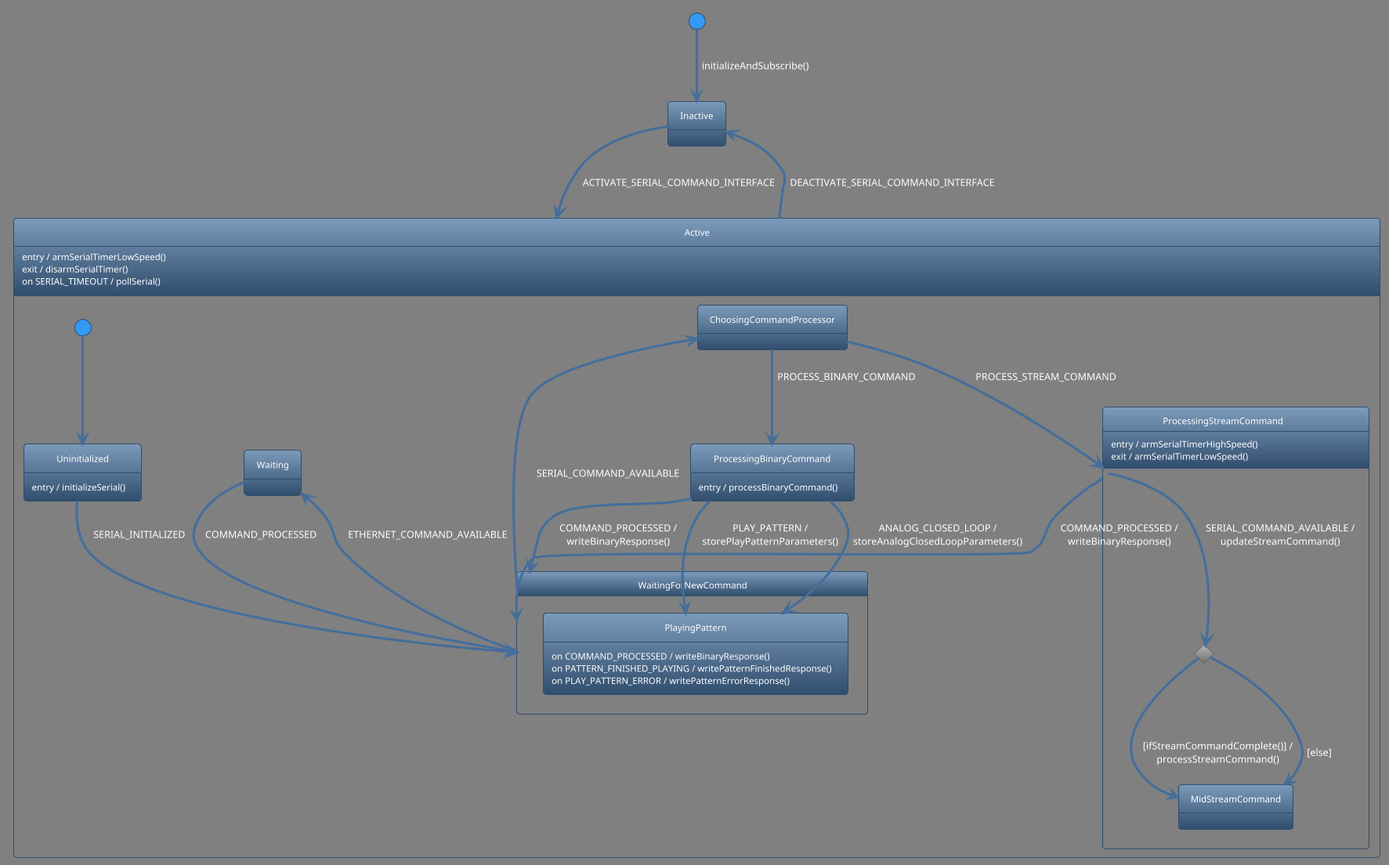
This is documentation/images/state-diagram-serial-command-interface.png from janelia-arduino/ArenaController, a PlantUML export, as it was before one commit.
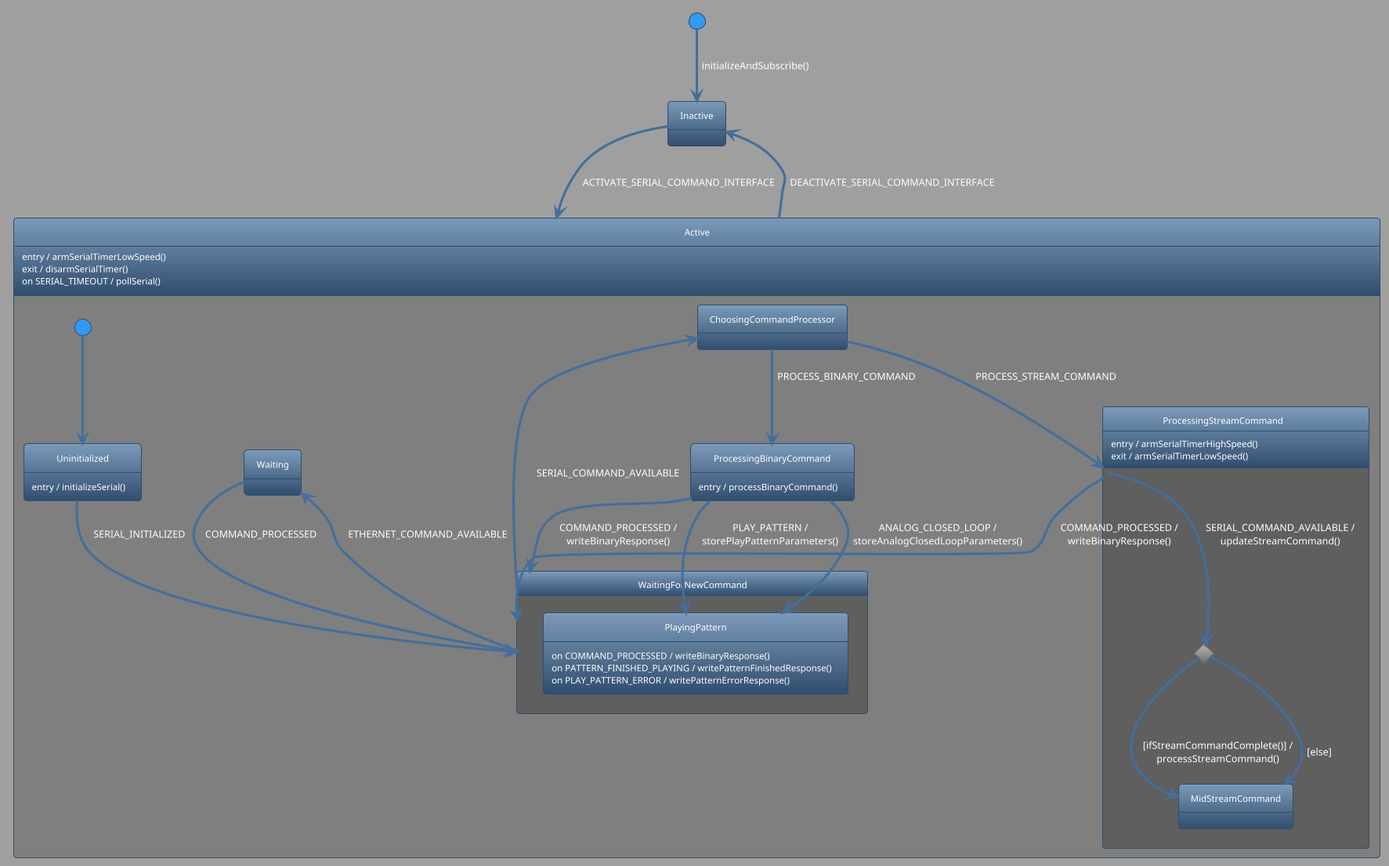
Later version of the same file.

Commit message:
Progress towards state-diagram-pattern

Change to the diagram source:
```diff
@@ -1,10 +1,22 @@
 @startuml
 !theme spacelab
-skinparam backgroundColor #808080
+skinparam backgroundColor #9F9F9F
+<style>
+.nested0 {
+  stateBody {
+    BackGroundColor #7F7F7F;
+  }
+}
+.nested1 {
+  stateBody {
+    BackGroundColor #5F5F5F;
+  }
+}
+</style>
 state Inactive {
 }
 [*] --> Inactive : initializeAndSubscribe()
-state Active {
+state Active <<nested0>> {
   Active : entry / armSerialTimerLowSpeed()
   Active : exit / disarmSerialTimer()
   Active : on SERIAL_TIMEOUT / pollSerial()
@@ -12,7 +24,7 @@
     Uninitialized : entry / initializeSerial()
   }
   [*] --> Uninitialized
-  state WaitingForNewCommand {
+  state WaitingForNewCommand <<nested1>> {
     state PlayingPattern {
       PlayingPattern : on COMMAND_PROCESSED / writeBinaryResponse()
       PlayingPattern : on PATTERN_FINISHED_PLAYING / writePatternFinishedResponse()
@@ -34,7 +46,7 @@
   ProcessingBinaryCommand --> PlayingPattern : PLAY_PATTERN /\nstorePlayPatternParameters()
   ProcessingBinaryCommand --> PlayingPattern : ANALOG_CLOSED_LOOP /\nstoreAnalogClosedLoopParameters()
   ProcessingBinaryCommand --> WaitingForNewCommand : COMMAND_PROCESSED /\nwriteBinaryResponse()
-  state ProcessingStreamCommand {
+  state ProcessingStreamCommand <<nested1>> {
     ProcessingStreamCommand : entry / armSerialTimerHighSpeed()
     ProcessingStreamCommand : exit / armSerialTimerLowSpeed()
     state c <<choice>>
```
